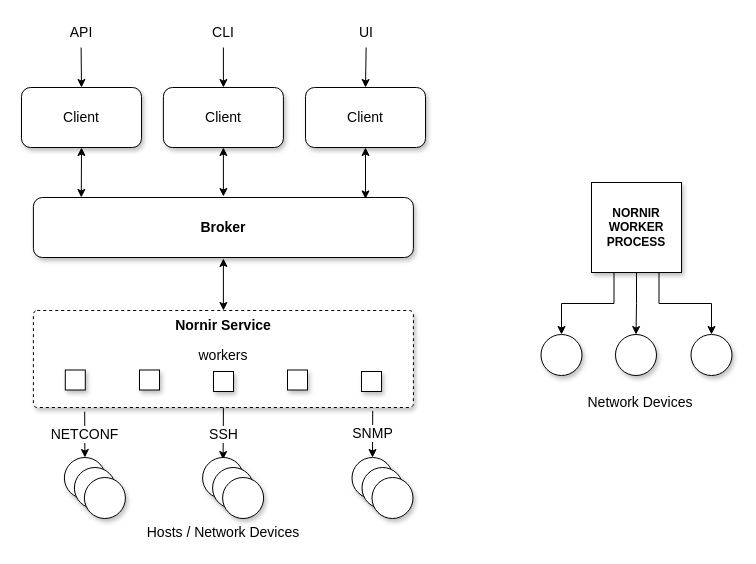
Before: page "Nornir Service" (6 of 6) of docs/images/ArcOverview.drawio in dmulyalin/NORFAB, a draw.io diagram. Source tidied: cells renumbered, new cells numbered last; positions are measured from the earlier drawing's top-left corner, leaving out a move shared by most shapes. Both pictures are drawn from the tidied source at 100%, with x=0, y=0 at pixel (21, 17).
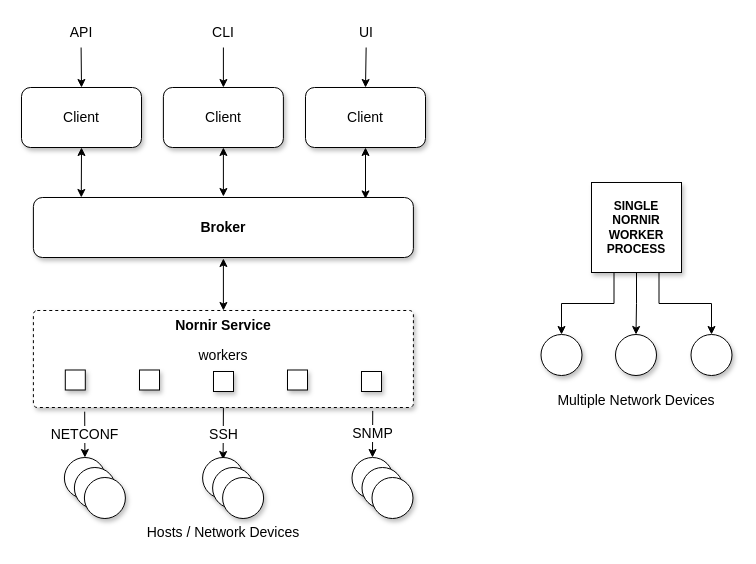
The same page after the edit.

Change to the diagram source:
```diff
@@
-    <mxCell id="39" value="NORNIR&lt;br&gt;WORKER&lt;br&gt;PROCESS" style="whiteSpace=wrap;html=1;shadow=1;glass=0;fontStyle=1;" parent="1" vertex="1">
+    <mxCell id="39" value="SINGLE&lt;br&gt;NORNIR&lt;br&gt;WORKER&lt;br&gt;PROCESS" style="whiteSpace=wrap;html=1;shadow=1;glass=0;fontStyle=1;" parent="1" vertex="1">
       <mxGeometry x="570" y="165" width="90" height="90" as="geometry" />
     </mxCell>
@@
-    <mxCell id="43" value="Network Devices" style="text;html=1;align=center;verticalAlign=middle;whiteSpace=wrap;rounded=0;fontSize=14;" parent="1" vertex="1">
-      <mxGeometry x="540" y="370" width="157.8" height="30" as="geometry" />
+    <mxCell id="43" value="Multiple Network Devices" style="text;html=1;align=center;verticalAlign=middle;whiteSpace=wrap;rounded=0;fontSize=14;" parent="1" vertex="1">
+      <mxGeometry x="525" y="367.5" width="180" height="30" as="geometry" />
     </mxCell>
```
